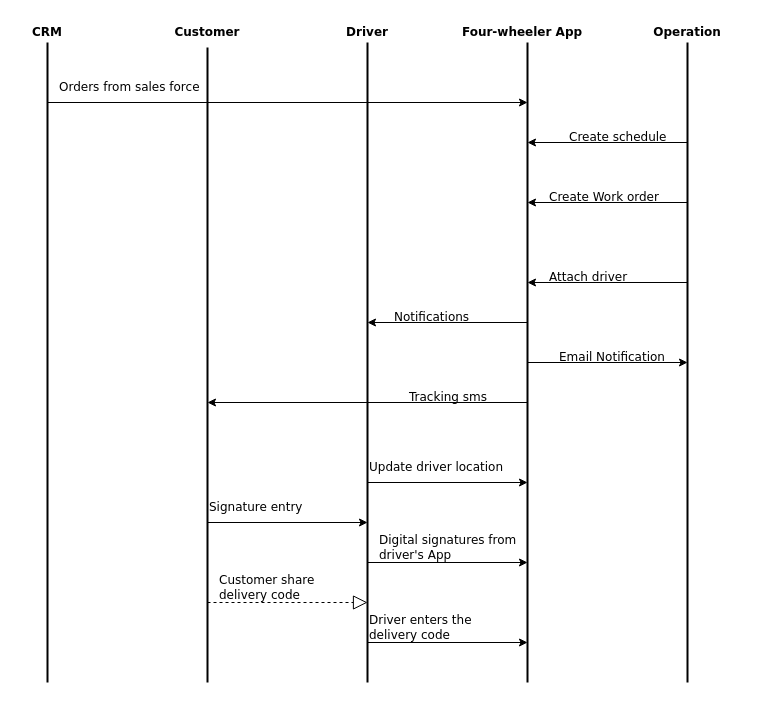
Above: authentication/migrations/__pycache__/Four-wheeler.drawio in LukeNgirubiu/vendor-app (draw.io), before the change. Source tidied: cells renumbered, new cells numbered last; positions are measured from the earlier drawing's top-left corner, leaving out a move shared by most shapes. Both pictures are drawn from the tidied source at 100%, with x=0, y=0 at pixel (17, 17).
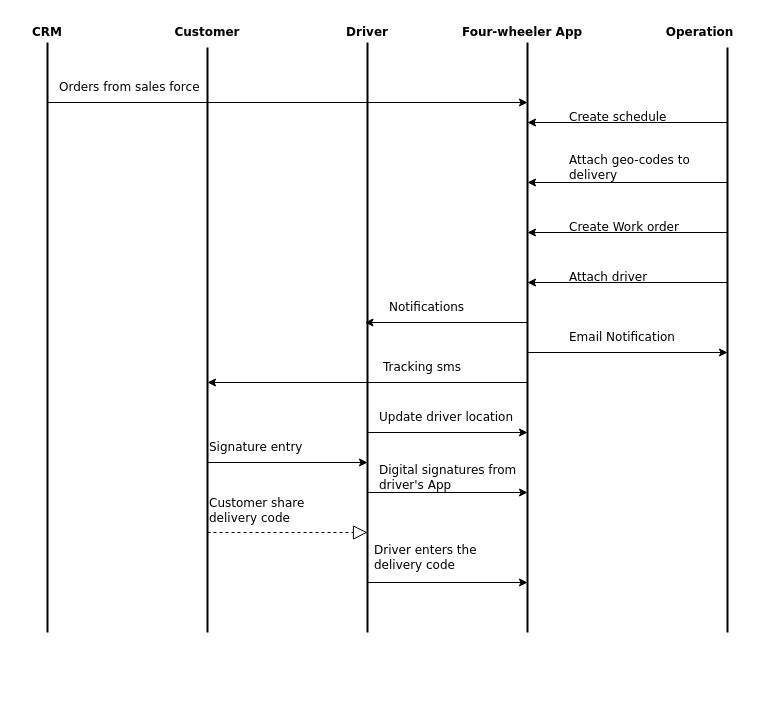
Above is the later version.

The change refers to these unchanged cells:
```xml
<mxCell id="8" value="&lt;font face=&quot;Verdana&quot;&gt;&lt;b&gt;Customer&lt;/b&gt;&lt;/font&gt;" style="text;html=1;align=center;verticalAlign=middle;whiteSpace=wrap;rounded=0;" parent="1" vertex="1">
  <mxGeometry x="160" width="60" height="30" as="geometry" />
</mxCell>
```

What changed in the source:
```diff
@@
     <mxCell id="2" style="endArrow=none;html=1;rounded=0;strokeWidth=2;" parent="1" edge="1">
       <mxGeometry relative="1" as="geometry">
-        <mxPoint x="30" y="665" as="sourcePoint" />
+        <mxPoint x="30" y="615" as="sourcePoint" />
         <mxPoint x="30" y="25" as="targetPoint" />
       </mxGeometry>
     </mxCell>
     <mxCell id="3" style="endArrow=none;html=1;rounded=0;strokeWidth=2;" parent="1" edge="1" target="8">
       <mxGeometry relative="1" as="geometry">
-        <mxPoint x="190" y="665" as="sourcePoint" />
+        <mxPoint x="190" y="615" as="sourcePoint" />
       </mxGeometry>
     </mxCell>
     <mxCell id="4" style="endArrow=none;html=1;rounded=0;strokeWidth=2;" parent="1" edge="1">
       <mxGeometry relative="1" as="geometry">
-        <mxPoint x="350" y="665" as="sourcePoint" />
+        <mxPoint x="350" y="615" as="sourcePoint" />
         <mxPoint x="350" y="25" as="targetPoint" />
       </mxGeometry>
     </mxCell>
     <mxCell id="5" style="endArrow=none;html=1;rounded=0;strokeWidth=2;" parent="1" edge="1">
       <mxGeometry relative="1" as="geometry">
-        <mxPoint x="510" y="665" as="sourcePoint" />
+        <mxPoint x="510" y="615" as="sourcePoint" />
         <mxPoint x="510" y="25" as="targetPoint" />
       </mxGeometry>
     </mxCell>
     <mxCell id="6" style="endArrow=none;html=1;rounded=0;strokeWidth=2;" parent="1" edge="1">
       <mxGeometry relative="1" as="geometry">
-        <mxPoint x="670" y="665" as="sourcePoint" />
-        <mxPoint x="670" y="25" as="targetPoint" />
+        <mxPoint x="710" y="615" as="sourcePoint" />
+        <mxPoint x="710" y="30" as="targetPoint" />
       </mxGeometry>
     </mxCell>
@@
     <mxCell id="11" value="&lt;b&gt;&lt;font face=&quot;Verdana&quot;&gt;Operation&lt;/font&gt;&lt;/b&gt;" style="text;html=1;align=center;verticalAlign=middle;whiteSpace=wrap;rounded=0;" parent="1" vertex="1">
-      <mxGeometry x="640" width="60" height="30" as="geometry" />
+      <mxGeometry x="640" width="85" height="30" as="geometry" />
     </mxCell>
@@
     <mxCell id="14" style="endArrow=classic;html=1;rounded=0;" parent="1" edge="1">
       <mxGeometry relative="1" as="geometry">
-        <mxPoint x="670" y="125" as="sourcePoint" />
-        <mxPoint x="510" y="125" as="targetPoint" />
+        <mxPoint x="710" y="105" as="sourcePoint" />
+        <mxPoint x="510" y="105" as="targetPoint" />
       </mxGeometry>
     </mxCell>
     <mxCell id="15" value="&lt;font face=&quot;Verdana&quot;&gt;Create schedule&lt;/font&gt;" style="text;html=1;align=left;verticalAlign=middle;whiteSpace=wrap;rounded=0;" parent="1" vertex="1">
-      <mxGeometry x="550" y="105" width="110" height="30" as="geometry" />
+      <mxGeometry x="550" y="85" width="110" height="30" as="geometry" />
     </mxCell>
     <mxCell id="16" style="endArrow=classic;html=1;rounded=0;" parent="1" edge="1">
       <mxGeometry relative="1" as="geometry">
-        <mxPoint x="670" y="185" as="sourcePoint" />
-        <mxPoint x="510" y="185" as="targetPoint" />
+        <mxPoint x="710" y="215" as="sourcePoint" />
+        <mxPoint x="510" y="215" as="targetPoint" />
       </mxGeometry>
     </mxCell>
     <mxCell id="17" value="&lt;font face=&quot;Verdana&quot;&gt;Create Work order&lt;/font&gt;" style="text;html=1;align=left;verticalAlign=middle;whiteSpace=wrap;rounded=0;" parent="1" vertex="1">
-      <mxGeometry x="530" y="165" width="120" height="30" as="geometry" />
+      <mxGeometry x="550" y="195" width="120" height="30" as="geometry" />
     </mxCell>
     <mxCell id="18" style="endArrow=classic;html=1;rounded=0;" parent="1" edge="1">
       <mxGeometry relative="1" as="geometry">
-        <mxPoint x="670" y="265" as="sourcePoint" />
+        <mxPoint x="710" y="265" as="sourcePoint" />
         <mxPoint x="510" y="265" as="targetPoint" />
       </mxGeometry>
     </mxCell>
     <mxCell id="19" value="&lt;font face=&quot;Verdana&quot;&gt;Attach driver&lt;/font&gt;" style="text;html=1;align=left;verticalAlign=middle;whiteSpace=wrap;rounded=0;" parent="1" vertex="1">
-      <mxGeometry x="530" y="245" width="110" height="30" as="geometry" />
+      <mxGeometry x="550" y="245" width="110" height="30" as="geometry" />
     </mxCell>
     <mxCell id="20" style="endArrow=classic;html=1;rounded=0;" parent="1" edge="1">
       <mxGeometry relative="1" as="geometry">
         <mxPoint x="510" y="305" as="sourcePoint" />
-        <mxPoint x="350" y="305" as="targetPoint" />
+        <mxPoint x="347.5" y="305" as="targetPoint" />
       </mxGeometry>
     </mxCell>
-    <mxCell id="21" value="&lt;font face=&quot;Verdana&quot;&gt;Notifications&lt;/font&gt;" style="text;html=1;align=left;verticalAlign=middle;whiteSpace=wrap;rounded=0;" parent="1" vertex="1">
-      <mxGeometry x="375" y="285" width="130" height="30" as="geometry" />
-    </mxCell>
     <mxCell id="22" style="endArrow=classic;html=1;rounded=0;" parent="1" edge="1">
       <mxGeometry relative="1" as="geometry">
-        <mxPoint x="510" y="385" as="sourcePoint" />
-        <mxPoint x="190" y="385" as="targetPoint" />
+        <mxPoint x="510" y="365" as="sourcePoint" />
+        <mxPoint x="190" y="365" as="targetPoint" />
       </mxGeometry>
     </mxCell>
     <mxCell id="23" value="Tracking sms" style="text;html=1;align=left;verticalAlign=middle;whiteSpace=wrap;rounded=0;fontFamily=Verdana;" parent="1" vertex="1">
-      <mxGeometry x="390" y="365" width="100" height="30" as="geometry" />
+      <mxGeometry x="364" y="335" width="100" height="30" as="geometry" />
     </mxCell>
     <mxCell id="24" style="endArrow=classic;html=1;rounded=0;" parent="1" edge="1">
       <mxGeometry relative="1" as="geometry">
-        <mxPoint x="510" y="345" as="sourcePoint" />
-        <mxPoint x="670" y="345" as="targetPoint" />
+        <mxPoint x="510" y="335" as="sourcePoint" />
+        <mxPoint x="710" y="335" as="targetPoint" />
       </mxGeometry>
     </mxCell>
     <mxCell id="25" value="&lt;font face=&quot;Verdana&quot;&gt;Email Notification&lt;/font&gt;" style="text;html=1;align=left;verticalAlign=middle;whiteSpace=wrap;rounded=0;" parent="1" vertex="1">
-      <mxGeometry x="540" y="325" width="110" height="30" as="geometry" />
+      <mxGeometry x="550" y="305" width="110" height="30" as="geometry" />
     </mxCell>
     <mxCell id="26" style="endArrow=classic;html=1;rounded=0;" parent="1" edge="1">
       <mxGeometry relative="1" as="geometry">
-        <mxPoint x="350" y="465" as="sourcePoint" />
-        <mxPoint x="510" y="465" as="targetPoint" />
+        <mxPoint x="350" y="415" as="sourcePoint" />
+        <mxPoint x="510" y="415" as="targetPoint" />
       </mxGeometry>
     </mxCell>
     <mxCell id="27" value="&lt;span style=&quot;font-family: Verdana;&quot;&gt;Update driver location&lt;/span&gt;" style="text;html=1;align=left;verticalAlign=middle;whiteSpace=wrap;rounded=0;" parent="1" vertex="1">
-      <mxGeometry x="350" y="435" width="150" height="30" as="geometry" />
+      <mxGeometry x="360" y="385" width="150" height="30" as="geometry" />
     </mxCell>
     <mxCell id="28" style="endArrow=classic;html=1;rounded=0;" parent="1" edge="1">
       <mxGeometry relative="1" as="geometry">
-        <mxPoint x="190" y="505" as="sourcePoint" />
-        <mxPoint x="350" y="505" as="targetPoint" />
+        <mxPoint x="190" y="445" as="sourcePoint" />
+        <mxPoint x="350" y="445" as="targetPoint" />
       </mxGeometry>
     </mxCell>
     <mxCell id="29" value="&lt;font face=&quot;Verdana&quot;&gt;Signature entry&lt;/font&gt;" style="text;html=1;align=left;verticalAlign=middle;whiteSpace=wrap;rounded=0;" parent="1" vertex="1">
-      <mxGeometry x="190" y="475" width="110" height="30" as="geometry" />
+      <mxGeometry x="190" y="415" width="110" height="30" as="geometry" />
     </mxCell>
     <mxCell id="30" style="endArrow=classic;html=1;rounded=0;" parent="1" edge="1">
       <mxGeometry relative="1" as="geometry">
-        <mxPoint x="350" y="545" as="sourcePoint" />
-        <mxPoint x="510" y="545" as="targetPoint" />
+        <mxPoint x="350" y="475" as="sourcePoint" />
+        <mxPoint x="510" y="475" as="targetPoint" />
       </mxGeometry>
     </mxCell>
     <mxCell id="31" value="&lt;font face=&quot;Verdana&quot;&gt;Digital signatures from driver's App&lt;/font&gt;" style="text;html=1;align=left;verticalAlign=middle;whiteSpace=wrap;rounded=0;" parent="1" vertex="1">
-      <mxGeometry x="360" y="515" width="140" height="30" as="geometry" />
+      <mxGeometry x="360" y="445" width="140" height="30" as="geometry" />
     </mxCell>
     <mxCell id="32" style="endArrow=block;dashed=1;endFill=0;endSize=12;html=1;rounded=0;" parent="1" edge="1">
       <mxGeometry relative="1" as="geometry">
-        <mxPoint x="190" y="585" as="sourcePoint" />
-        <mxPoint x="350" y="585" as="targetPoint" />
+        <mxPoint x="190" y="515" as="sourcePoint" />
+        <mxPoint x="350" y="515" as="targetPoint" />
       </mxGeometry>
     </mxCell>
     <mxCell id="33" value="&lt;font face=&quot;Verdana&quot;&gt;Customer share delivery code&lt;/font&gt;" style="text;html=1;align=left;verticalAlign=middle;whiteSpace=wrap;rounded=0;" parent="1" vertex="1">
-      <mxGeometry x="200" y="552" width="130" height="35" as="geometry" />
+      <mxGeometry x="190" y="475" width="130" height="35" as="geometry" />
     </mxCell>
     <mxCell id="34" style="endArrow=classic;html=1;rounded=0;" parent="1" edge="1">
       <mxGeometry relative="1" as="geometry">
-        <mxPoint x="350" y="625" as="sourcePoint" />
-        <mxPoint x="510" y="625" as="targetPoint" />
+        <mxPoint x="350" y="565" as="sourcePoint" />
+        <mxPoint x="510" y="565" as="targetPoint" />
       </mxGeometry>
     </mxCell>
     <mxCell id="35" value="&lt;font face=&quot;Verdana&quot;&gt;Driver enters the delivery code&lt;/font&gt;" style="text;html=1;align=left;verticalAlign=middle;whiteSpace=wrap;rounded=0;" parent="1" vertex="1">
-      <mxGeometry x="350" y="595" width="150" height="30" as="geometry" />
+      <mxGeometry x="355" y="525" width="150" height="30" as="geometry" />
     </mxCell>
+    <mxCell id="36" style="endArrow=classic;html=1;rounded=0;" parent="1" edge="1">
+      <mxGeometry relative="1" as="geometry">
+        <mxPoint x="710" y="165" as="sourcePoint" />
+        <mxPoint x="510" y="165" as="targetPoint" />
+      </mxGeometry>
+    </mxCell>
+    <mxCell id="37" value="&lt;font face=&quot;Verdana&quot;&gt;Attach geo-codes to delivery&amp;nbsp;&lt;/font&gt;" style="text;html=1;align=left;verticalAlign=middle;whiteSpace=wrap;rounded=0;" parent="1" vertex="1">
+      <mxGeometry x="550" y="135" width="160" height="30" as="geometry" />
+    </mxCell>
+    <mxCell id="21" value="&lt;font face=&quot;Verdana&quot;&gt;Notifications&lt;/font&gt;" style="text;html=1;align=left;verticalAlign=middle;whiteSpace=wrap;rounded=0;" parent="1" vertex="1">
+      <mxGeometry x="370" y="275" width="120" height="30" as="geometry" />
+    </mxCell>
```
